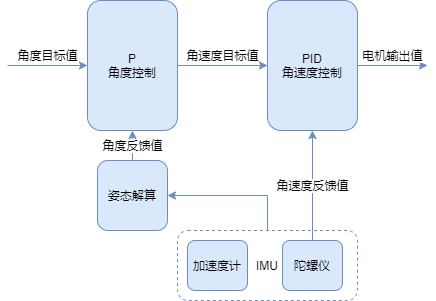
This is doc/image/云台控制原理.png from xrobot-org/XRobot, a draw.io export, as it was before one commit. Source tidied: cells renumbered, new cells last; positions are measured from the earlier drawing's top-left corner, leaving out a move shared by most shapes.
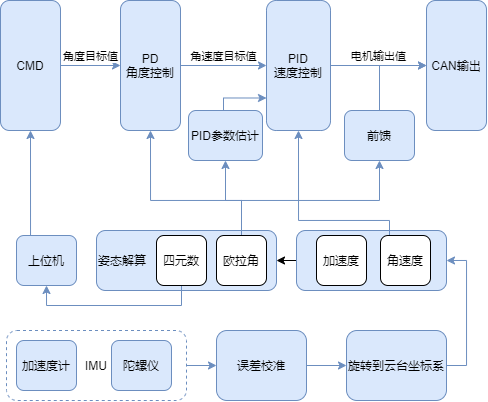
Above is the later version.

The edit, as a diff of the source:
```diff
@@ -2,45 +2,132 @@
   <root>
     <mxCell id="0" />
     <mxCell id="1" parent="0" />
-    <mxCell id="2" style="edgeStyle=orthogonalEdgeStyle;rounded=0;jettySize=auto;html=1;exitX=0.5;exitY=0;exitDx=0;exitDy=0;entryX=1;entryY=0.5;entryDx=0;entryDy=0;fillColor=#dae8fc;strokeColor=#6c8ebf;" parent="1" edge="1" source="3" target="13">
-      <mxGeometry relative="1" as="geometry" />
-    </mxCell>
+    <mxCell id="14" style="edgeStyle=orthogonalEdgeStyle;rounded=0;jettySize=auto;html=1;fillColor=#dae8fc;strokeColor=#6c8ebf;" parent="1" edge="1" source="3" target="18">
+      <mxGeometry relative="1" as="geometry" />
+    </mxCell>
     <mxCell id="3" value="IMU" style="rounded=1;whiteSpace=wrap;html=1;dashed=1;strokeColor=#6c8ebf;fillColor=#FFFFFF;" parent="1" vertex="1">
-      <mxGeometry x="170" y="230" width="180" height="70" as="geometry" />
+      <mxGeometry x="170" y="450" width="180" height="70" as="geometry" />
     </mxCell>
     <mxCell id="4" value="角速度目标值" style="edgeStyle=orthogonalEdgeStyle;rounded=0;jettySize=auto;html=1;exitX=1;exitY=0.5;exitDx=0;exitDy=0;entryX=0;entryY=0.5;entryDx=0;entryDy=0;labelPosition=center;verticalLabelPosition=top;align=center;verticalAlign=bottom;fillColor=#dae8fc;strokeColor=#6c8ebf;" parent="1" edge="1" source="5" target="6">
       <mxGeometry relative="1" as="geometry" />
     </mxCell>
-    <mxCell id="5" value="P&lt;br&gt;角度控制" style="rounded=1;whiteSpace=wrap;html=1;fillColor=#dae8fc;strokeColor=#6c8ebf;" parent="1" vertex="1">
-      <mxGeometry x="80" width="90" height="130" as="geometry" />
+    <mxCell id="5" value="PD&lt;br&gt;角度控制" style="rounded=1;whiteSpace=wrap;html=1;fillColor=#dae8fc;strokeColor=#6c8ebf;" parent="1" vertex="1">
+      <mxGeometry x="284" y="120" width="60" height="130" as="geometry" />
     </mxCell>
-    <mxCell id="6" value="PID&lt;br&gt;角速度控制" style="rounded=1;whiteSpace=wrap;html=1;fillColor=#dae8fc;strokeColor=#6c8ebf;" parent="1" vertex="1">
-      <mxGeometry x="260" width="90" height="130" as="geometry" />
+    <mxCell id="6" value="PID&lt;br&gt;速度控制" style="rounded=1;whiteSpace=wrap;html=1;fillColor=#dae8fc;strokeColor=#6c8ebf;" parent="1" vertex="1">
+      <mxGeometry x="430" y="120" width="64" height="130" as="geometry" />
     </mxCell>
-    <mxCell id="7" value="角度目标值" style="endArrow=classic;html=1;entryX=0;entryY=0.5;entryDx=0;entryDy=0;labelPosition=center;verticalLabelPosition=top;align=center;verticalAlign=bottom;fillColor=#dae8fc;strokeColor=#6c8ebf;" parent="1" edge="1" target="5">
-      <mxGeometry relative="1" as="geometry">
-        <mxPoint y="65" as="sourcePoint" />
-      </mxGeometry>
+    <mxCell id="7" value="角度目标值" style="endArrow=classic;html=1;entryX=0;entryY=0.5;entryDx=0;entryDy=0;labelPosition=center;verticalLabelPosition=top;align=center;verticalAlign=bottom;fillColor=#dae8fc;strokeColor=#6c8ebf;exitX=1;exitY=0.5;exitDx=0;exitDy=0;" parent="1" edge="1" source="32" target="5">
+      <mxGeometry relative="1" as="geometry" />
     </mxCell>
-    <mxCell id="8" value="电机输出值" style="endArrow=classic;html=1;exitX=1;exitY=0.5;exitDx=0;exitDy=0;labelPosition=center;verticalLabelPosition=top;align=center;verticalAlign=bottom;fillColor=#dae8fc;strokeColor=#6c8ebf;" parent="1" edge="1" source="6">
-      <mxGeometry relative="1" as="geometry">
-        <mxPoint x="420" y="65" as="targetPoint" />
-      </mxGeometry>
+    <mxCell id="8" value="电机输出值" style="endArrow=classic;html=1;exitX=1;exitY=0.5;exitDx=0;exitDy=0;labelPosition=center;verticalLabelPosition=top;align=center;verticalAlign=bottom;fillColor=#dae8fc;strokeColor=#6c8ebf;entryX=0;entryY=0.5;entryDx=0;entryDy=0;" parent="1" edge="1" source="6" target="33">
+      <mxGeometry relative="1" as="geometry" />
     </mxCell>
     <mxCell id="9" value="加速度计" style="rounded=1;whiteSpace=wrap;html=1;fillColor=#dae8fc;strokeColor=#6c8ebf;" parent="1" vertex="1">
-      <mxGeometry x="180" y="240" width="60" height="50" as="geometry" />
+      <mxGeometry x="180" y="460" width="60" height="50" as="geometry" />
     </mxCell>
-    <mxCell id="10" value="角速度反馈值" style="edgeStyle=orthogonalEdgeStyle;rounded=0;jettySize=auto;html=1;exitX=0.5;exitY=0;exitDx=0;exitDy=0;entryX=0.5;entryY=1;entryDx=0;entryDy=0;fillColor=#dae8fc;strokeColor=#6c8ebf;" parent="1" edge="1" source="11" target="6">
-      <mxGeometry relative="1" as="geometry" />
-    </mxCell>
     <mxCell id="11" value="陀螺仪" style="rounded=1;whiteSpace=wrap;html=1;fillColor=#dae8fc;strokeColor=#6c8ebf;" parent="1" vertex="1">
-      <mxGeometry x="275" y="240" width="60" height="50" as="geometry" />
+      <mxGeometry x="275" y="460" width="60" height="50" as="geometry" />
     </mxCell>
-    <mxCell id="12" value="角度反馈值" style="edgeStyle=orthogonalEdgeStyle;rounded=0;jettySize=auto;html=1;exitX=0.5;exitY=0;exitDx=0;exitDy=0;entryX=0.5;entryY=1;entryDx=0;entryDy=0;fillColor=#dae8fc;strokeColor=#6c8ebf;" parent="1" edge="1" source="13" target="5">
-      <mxGeometry relative="1" as="geometry" />
-    </mxCell>
+    <mxCell id="15" style="edgeStyle=orthogonalEdgeStyle;rounded=0;jettySize=auto;html=1;exitX=1;exitY=0.5;exitDx=0;exitDy=0;entryX=1;entryY=0.5;entryDx=0;entryDy=0;fillColor=#dae8fc;strokeColor=#6c8ebf;" parent="1" edge="1" source="13" target="28">
+      <mxGeometry relative="1" as="geometry" />
+    </mxCell>
-    <mxCell id="13" value="姿态解算" style="rounded=1;whiteSpace=wrap;html=1;fillColor=#dae8fc;strokeColor=#6c8ebf;" parent="1" vertex="1">
-      <mxGeometry x="90" y="160" width="70" height="70" as="geometry" />
+    <mxCell id="13" value="旋转到云台坐标系" style="rounded=1;whiteSpace=wrap;html=1;fillColor=#dae8fc;strokeColor=#6c8ebf;" parent="1" vertex="1">
+      <mxGeometry x="510" y="450" width="100" height="70" as="geometry" />
     </mxCell>
+    <mxCell id="16" value="姿态解算" style="rounded=1;whiteSpace=wrap;html=1;fillColor=#dae8fc;strokeColor=#6c8ebf;align=left;" parent="1" vertex="1">
+      <mxGeometry x="260" y="350" width="180" height="60" as="geometry" />
+    </mxCell>
+    <mxCell id="17" style="edgeStyle=orthogonalEdgeStyle;rounded=0;jettySize=auto;html=1;fillColor=#dae8fc;strokeColor=#6c8ebf;" parent="1" edge="1" source="18" target="13">
+      <mxGeometry relative="1" as="geometry" />
+    </mxCell>
+    <mxCell id="18" value="误差校准" style="rounded=1;whiteSpace=wrap;html=1;fillColor=#dae8fc;strokeColor=#6c8ebf;" parent="1" vertex="1">
+      <mxGeometry x="380" y="450" width="90" height="70" as="geometry" />
+    </mxCell>
+    <mxCell id="19" style="edgeStyle=orthogonalEdgeStyle;rounded=0;jettySize=auto;html=1;exitX=0.5;exitY=1;exitDx=0;exitDy=0;entryX=0.5;entryY=1;entryDx=0;entryDy=0;fillColor=#dae8fc;strokeColor=#6c8ebf;" parent="1" edge="1" source="20" target="26">
+      <mxGeometry relative="1" as="geometry" />
+    </mxCell>
+    <mxCell id="20" value="四元数" style="rounded=1;whiteSpace=wrap;html=1;" parent="1" vertex="1">
+      <mxGeometry x="320" y="355" width="50" height="50" as="geometry" />
+    </mxCell>
+    <mxCell id="21" style="edgeStyle=orthogonalEdgeStyle;rounded=0;jettySize=auto;html=1;exitX=0.5;exitY=0;exitDx=0;exitDy=0;entryX=0.5;entryY=1;entryDx=0;entryDy=0;fillColor=#dae8fc;strokeColor=#6c8ebf;" parent="1" edge="1" source="24" target="5">
+      <mxGeometry relative="1" as="geometry">
+        <Array as="points">
+          <mxPoint x="405" y="320" />
+          <mxPoint x="314" y="320" />
+        </Array>
+      </mxGeometry>
+    </mxCell>
+    <mxCell id="22" style="edgeStyle=orthogonalEdgeStyle;rounded=0;jettySize=auto;html=1;exitX=0.5;exitY=0;exitDx=0;exitDy=0;fillColor=#dae8fc;strokeColor=#6c8ebf;entryX=0.5;entryY=1;entryDx=0;entryDy=0;" parent="1" edge="1" source="24" target="35">
+      <mxGeometry relative="1" as="geometry">
+        <Array as="points">
+          <mxPoint x="405" y="320" />
+          <mxPoint x="543" y="320" />
+        </Array>
+      </mxGeometry>
+    </mxCell>
+    <mxCell id="23" style="edgeStyle=orthogonalEdgeStyle;rounded=0;jettySize=auto;html=1;exitX=0.5;exitY=0;exitDx=0;exitDy=0;entryX=0.5;entryY=1;entryDx=0;entryDy=0;fillColor=#dae8fc;strokeColor=#6c8ebf;" parent="1" edge="1" source="24" target="37">
+      <mxGeometry relative="1" as="geometry">
+        <Array as="points">
+          <mxPoint x="405" y="320" />
+          <mxPoint x="389" y="320" />
+        </Array>
+      </mxGeometry>
+    </mxCell>
+    <mxCell id="24" value="欧拉角" style="rounded=1;whiteSpace=wrap;html=1;" parent="1" vertex="1">
+      <mxGeometry x="380" y="355" width="50" height="50" as="geometry" />
+    </mxCell>
+    <mxCell id="25" style="edgeStyle=orthogonalEdgeStyle;rounded=0;jettySize=auto;html=1;exitX=0.5;exitY=0;exitDx=0;exitDy=0;entryX=0.5;entryY=1;entryDx=0;entryDy=0;fillColor=#dae8fc;strokeColor=#6c8ebf;" parent="1" edge="1" source="26" target="32">
+      <mxGeometry relative="1" as="geometry">
+        <Array as="points">
+          <mxPoint x="194" y="355" />
+        </Array>
+      </mxGeometry>
+    </mxCell>
+    <mxCell id="26" value="上位机" style="rounded=1;whiteSpace=wrap;html=1;fillColor=#dae8fc;strokeColor=#6c8ebf;" parent="1" vertex="1">
+      <mxGeometry x="180" y="355" width="60" height="50" as="geometry" />
+    </mxCell>
+    <mxCell id="27" style="edgeStyle=orthogonalEdgeStyle;rounded=0;jettySize=auto;html=1;exitX=0;exitY=0.5;exitDx=0;exitDy=0;entryX=1;entryY=0.5;entryDx=0;entryDy=0;" parent="1" edge="1" source="28" target="16">
+      <mxGeometry relative="1" as="geometry" />
+    </mxCell>
+    <mxCell id="28" style="rounded=1;whiteSpace=wrap;html=1;fillColor=#dae8fc;strokeColor=#6c8ebf;" parent="1" vertex="1">
+      <mxGeometry x="460" y="350" width="150" height="60" as="geometry" />
+    </mxCell>
+    <mxCell id="29" value="加速度" style="rounded=1;whiteSpace=wrap;html=1;" parent="1" vertex="1">
+      <mxGeometry x="480" y="355" width="50" height="50" as="geometry" />
+    </mxCell>
+    <mxCell id="30" style="edgeStyle=orthogonalEdgeStyle;rounded=0;jettySize=auto;html=1;exitX=0.5;exitY=0;exitDx=0;exitDy=0;entryX=0.5;entryY=1;entryDx=0;entryDy=0;fillColor=#dae8fc;strokeColor=#6c8ebf;" parent="1" edge="1" source="31" target="6">
+      <mxGeometry relative="1" as="geometry">
+        <Array as="points">
+          <mxPoint x="553" y="340" />
+          <mxPoint x="462" y="340" />
+        </Array>
+      </mxGeometry>
+    </mxCell>
+    <mxCell id="31" value="角速度" style="rounded=1;whiteSpace=wrap;html=1;" parent="1" vertex="1">
+      <mxGeometry x="544" y="355" width="50" height="50" as="geometry" />
+    </mxCell>
+    <mxCell id="32" value="CMD" style="rounded=1;whiteSpace=wrap;html=1;fillColor=#dae8fc;strokeColor=#6c8ebf;" parent="1" vertex="1">
+      <mxGeometry x="164" y="120" width="60" height="130" as="geometry" />
+    </mxCell>
+    <mxCell id="33" value="CAN输出" style="rounded=1;whiteSpace=wrap;html=1;fillColor=#dae8fc;strokeColor=#6c8ebf;" parent="1" vertex="1">
+      <mxGeometry x="590" y="120" width="60" height="130" as="geometry" />
+    </mxCell>
+    <mxCell id="34" style="edgeStyle=orthogonalEdgeStyle;rounded=0;jettySize=auto;html=1;exitX=0.5;exitY=0;exitDx=0;exitDy=0;entryX=0;entryY=0.5;entryDx=0;entryDy=0;fillColor=#dae8fc;strokeColor=#6c8ebf;" parent="1" edge="1" source="35" target="33">
+      <mxGeometry relative="1" as="geometry" />
+    </mxCell>
+    <mxCell id="35" value="前馈" style="rounded=1;whiteSpace=wrap;html=1;fillColor=#dae8fc;strokeColor=#6c8ebf;" parent="1" vertex="1">
+      <mxGeometry x="508" y="230" width="70" height="50" as="geometry" />
+    </mxCell>
+    <mxCell id="36" style="edgeStyle=orthogonalEdgeStyle;rounded=0;jettySize=auto;html=1;exitX=0.5;exitY=0;exitDx=0;exitDy=0;entryX=0;entryY=0.75;entryDx=0;entryDy=0;fillColor=#dae8fc;strokeColor=#6c8ebf;" parent="1" edge="1" source="37" target="6">
+      <mxGeometry relative="1" as="geometry">
+        <Array as="points">
+          <mxPoint x="387" y="217" />
+        </Array>
+      </mxGeometry>
+    </mxCell>
+    <mxCell id="37" value="PID参数估计" style="rounded=1;whiteSpace=wrap;html=1;fillColor=#dae8fc;strokeColor=#6c8ebf;" parent="1" vertex="1">
+      <mxGeometry x="352" y="230" width="74" height="50" as="geometry" />
+    </mxCell>
   </root>
 </mxGraphModel>
```
